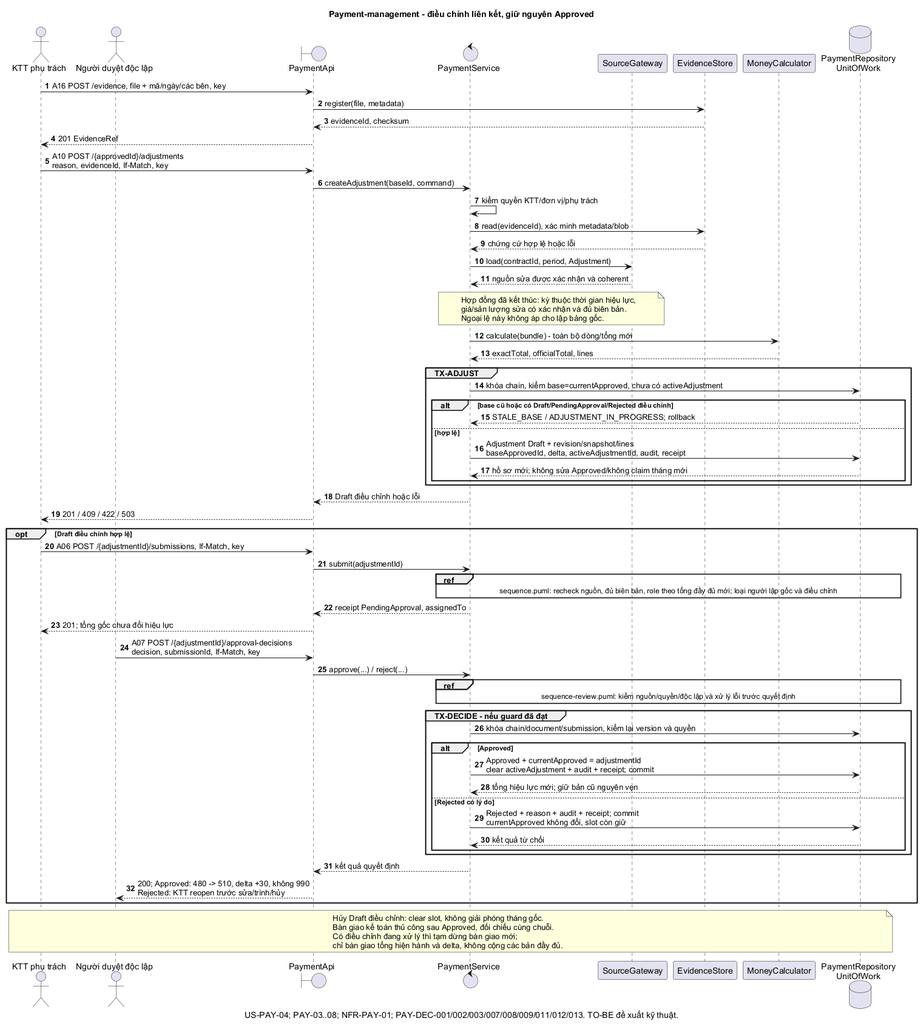
NotTodaySirr/module_thanh_toan keeps this PlantUML diagram as docs/design/payment-management/diagrams/rendered/sequence-adjustment.png. Above is the earlier version. Its diagram source:
```plantuml
@startuml
title Payment-management - điều chỉnh liên kết, giữ nguyên Approved
caption US-PAY-04; PAY-03..08; NFR-PAY-01; PAY-DEC-001/002/003/007/008/009/011/012/013. TO-BE đề xuất kỹ thuật.
skinparam defaultFontName Arial
autonumber
actor "KTT phụ trách" as KTT
actor "Người duyệt độc lập" as Reviewer
boundary PaymentApi as Api
control PaymentService as Service
participant SourceGateway as Source
participant EvidenceStore as Evidence
participant MoneyCalculator as Calc
database "PaymentRepository\nUnitOfWork" as Repo

KTT -> Api : A16 POST /evidence, file + mã/ngày/các bên, key
Api -> Evidence : register(file, metadata)
Evidence --> Api : evidenceId, checksum
Api --> KTT : 201 EvidenceRef
KTT -> Api : A10 POST /{approvedId}/adjustments\nreason, evidenceId, If-Match, key
Api -> Service : createAdjustment(baseId, command)
Service -> Service : kiểm quyền KTT/đơn vị/phụ trách
Service -> Evidence : read(evidenceId), xác minh metadata/blob
Evidence --> Service : chứng cứ hợp lệ hoặc lỗi
Service -> Source : load(contractId, period, Adjustment)
Source --> Service : nguồn sửa được xác nhận và coherent
note over Service,Source
  Hợp đồng đã kết thúc: kỳ thuộc thời gian hiệu lực,
  giá/sản lượng sửa có xác nhận và đủ biên bản.
  Ngoại lệ này không áp cho lập bảng gốc.
end note
Service -> Calc : calculate(bundle) - toàn bộ dòng/tổng mới
Calc --> Service : exactTotal, officialTotal, lines
group TX-ADJUST
  Service -> Repo : khóa chain, kiểm base=currentApproved, chưa có activeAdjustment
  alt base cũ hoặc có Draft/PendingApproval/Rejected điều chỉnh
    Repo --> Service : STALE_BASE / ADJUSTMENT_IN_PROGRESS; rollback
  else hợp lệ
    Service -> Repo : Adjustment Draft + revision/snapshot/lines\nbaseApprovedId, delta, activeAdjustmentId, audit, receipt
    Repo --> Service : hồ sơ mới; không sửa Approved/không claim tháng mới
  end
end
Service --> Api : Draft điều chỉnh hoặc lỗi
Api --> KTT : 201 / 409 / 422 / 503

opt Draft điều chỉnh hợp lệ
  KTT -> Api : A06 POST /{adjustmentId}/submissions, If-Match, key
  Api -> Service : submit(adjustmentId)
  ref over Service,Repo : sequence.puml: recheck nguồn, đủ biên bản, role theo tổng đầy đủ mới; loại người lập gốc và điều chỉnh
  Service --> Api : receipt PendingApproval, assignedTo
  Api --> KTT : 201; tổng gốc chưa đổi hiệu lực

  Reviewer -> Api : A07 POST /{adjustmentId}/approval-decisions\ndecision, submissionId, If-Match, key
  Api -> Service : approve(...) / reject(...)
  ref over Service,Repo : sequence-review.puml: kiểm nguồn/quyền/độc lập và xử lý lỗi trước quyết định
  group TX-DECIDE - nếu guard đã đạt
    Service -> Repo : khóa chain/document/submission, kiểm lại version và quyền
    alt Approved
      Service -> Repo : Approved + currentApproved = adjustmentId\nclear activeAdjustment + audit + receipt; commit
      Repo --> Service : tổng hiệu lực mới; giữ bản cũ nguyên vẹn
    else Rejected có lý do
      Service -> Repo : Rejected + reason + audit + receipt; commit\ncurrentApproved không đổi, slot còn giữ
      Repo --> Service : kết quả từ chối
    end
  end
  Service --> Api : kết quả quyết định
  Api --> Reviewer : 200; Approved: 480 -> 510, delta +30, không 990\nRejected: KTT reopen trước sửa/trình/hủy
end
note over KTT,Repo
  Hủy Draft điều chỉnh: clear slot, không giải phóng tháng gốc.
  Bàn giao kế toán thủ công sau Approved, đối chiếu cùng chuỗi.
  Có điều chỉnh đang xử lý thì tạm dừng bàn giao mới;
  chỉ bàn giao tổng hiện hành và delta, không cộng các bản đầy đủ.
end note
@enduml
```
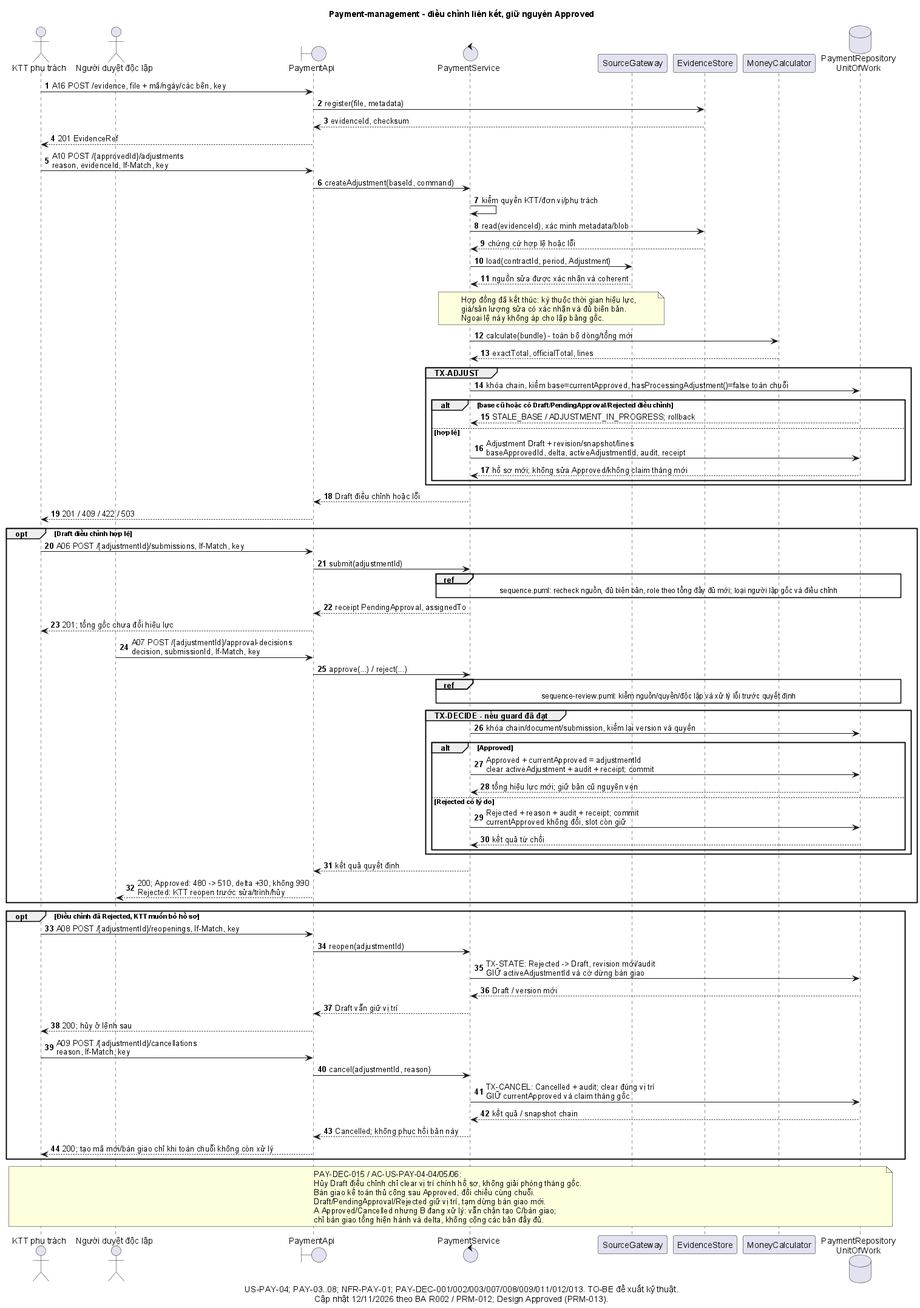
The same file after the commit.

The edit, as a diff of the source:
```diff
@@ -1,6 +1,6 @@
 @startuml
 title Payment-management - điều chỉnh liên kết, giữ nguyên Approved
-caption US-PAY-04; PAY-03..08; NFR-PAY-01; PAY-DEC-001/002/003/007/008/009/011/012/013. TO-BE đề xuất kỹ thuật.
+caption US-PAY-04; PAY-03..08; NFR-PAY-01; PAY-DEC-001/002/003/007/008/009/011/012/013. TO-BE đề xuất kỹ thuật.\nCập nhật 12/11/2026 theo BA R002 / PRM-012; Design Approved (PRM-013).
 skinparam defaultFontName Arial
 autonumber
 actor "KTT phụ trách" as KTT
@@ -31,7 +31,7 @@
 Service -> Calc : calculate(bundle) - toàn bộ dòng/tổng mới
 Calc --> Service : exactTotal, officialTotal, lines
 group TX-ADJUST
-  Service -> Repo : khóa chain, kiểm base=currentApproved, chưa có activeAdjustment
+  Service -> Repo : khóa chain, kiểm base=currentApproved, hasProcessingAdjustment()=false toàn chuỗi
   alt base cũ hoặc có Draft/PendingApproval/Rejected điều chỉnh
     Repo --> Service : STALE_BASE / ADJUSTMENT_IN_PROGRESS; rollback
   else hợp lệ
@@ -65,10 +65,26 @@
   Service --> Api : kết quả quyết định
   Api --> Reviewer : 200; Approved: 480 -> 510, delta +30, không 990\nRejected: KTT reopen trước sửa/trình/hủy
 end
+opt Điều chỉnh đã Rejected, KTT muốn bỏ hồ sơ
+  KTT -> Api : A08 POST /{adjustmentId}/reopenings, If-Match, key
+  Api -> Service : reopen(adjustmentId)
+  Service -> Repo : TX-STATE: Rejected -> Draft, revision mới/audit\nGIỮ activeAdjustmentId và cờ dừng bàn giao
+  Repo --> Service : Draft / version mới
+  Service --> Api : Draft vẫn giữ vị trí
+  Api --> KTT : 200; hủy ở lệnh sau
+  KTT -> Api : A09 POST /{adjustmentId}/cancellations\nreason, If-Match, key
+  Api -> Service : cancel(adjustmentId, reason)
+  Service -> Repo : TX-CANCEL: Cancelled + audit; clear đúng vị trí\nGIỮ currentApproved và claim tháng gốc
+  Repo --> Service : kết quả / snapshot chain
+  Service --> Api : Cancelled; không phục hồi bản này
+  Api --> KTT : 200; tạo mã mới/bàn giao chỉ khi toàn chuỗi không còn xử lý
+end
 note over KTT,Repo
-  Hủy Draft điều chỉnh: clear slot, không giải phóng tháng gốc.
+  PAY-DEC-015 / AC-US-PAY-04-04/05/06:
+  Hủy Draft điều chỉnh chỉ clear vị trí chính hồ sơ, không giải phóng tháng gốc.
   Bàn giao kế toán thủ công sau Approved, đối chiếu cùng chuỗi.
-  Có điều chỉnh đang xử lý thì tạm dừng bàn giao mới;
+  Draft/PendingApproval/Rejected giữ vị trí, tạm dừng bàn giao mới.
+  A Approved/Cancelled nhưng B đang xử lý: vẫn chặn tạo C/bàn giao;
   chỉ bàn giao tổng hiện hành và delta, không cộng các bản đầy đủ.
 end note
 @enduml
```
